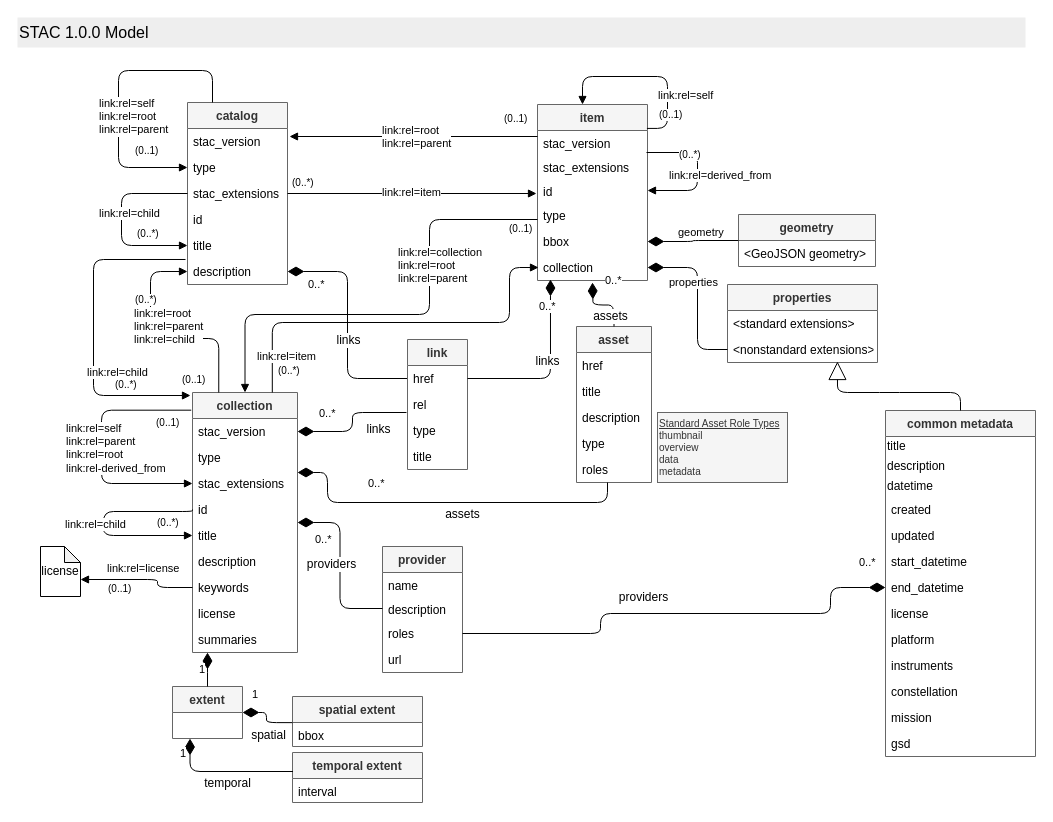
Above: STAC-UML.drawio in radiantearth/stac-spec (draw.io), before the change. Source tidied: cells renumbered, new cells numbered last; positions are measured from the earlier drawing's top-left corner, leaving out a move shared by most shapes. Both pictures are drawn from the tidied source at 100%, with x=0, y=0 at pixel (17, 17).
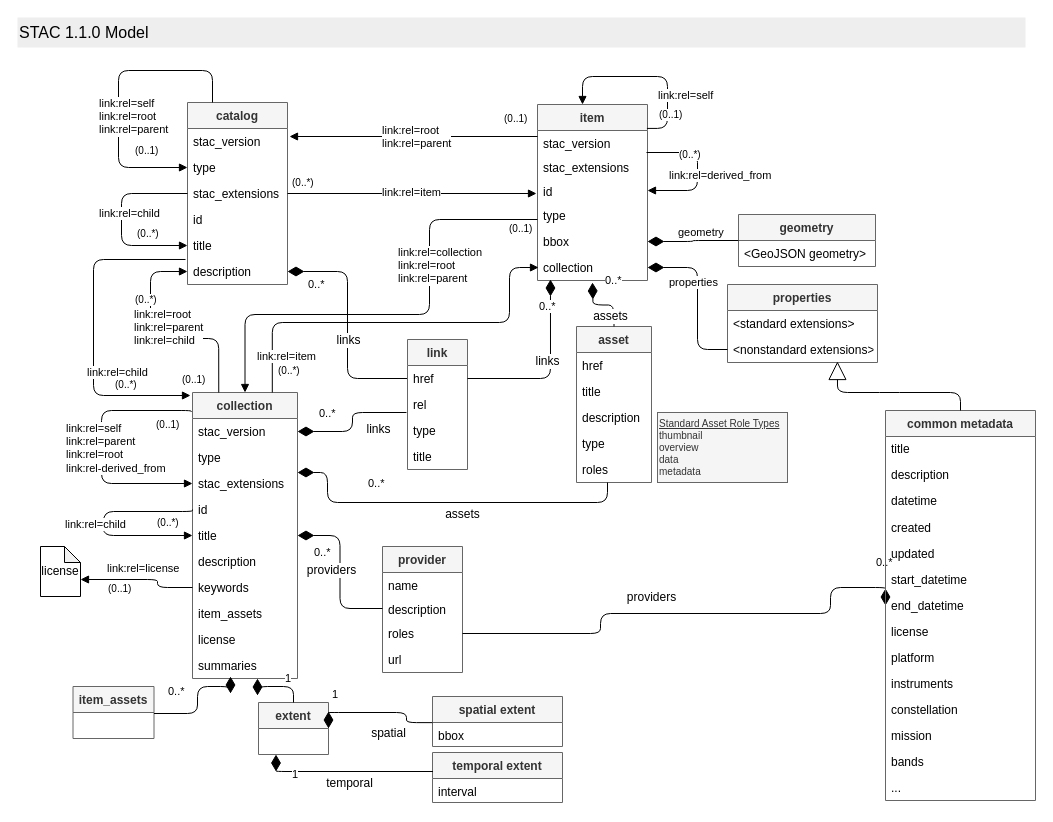
The same page after the edit.

The change refers to these unchanged cells:
```xml
<mxCell id="96" value="bbox" style="text;strokeColor=none;fillColor=none;align=left;verticalAlign=top;spacingLeft=4;spacingRight=4;overflow=hidden;points=[[0,0.5],[1,0.5]];portConstraint=eastwest;" parent="95" vertex="1">
  <mxGeometry y="26" width="130" height="24" as="geometry" />
</mxCell>
```

The edit, as a diff of the source:
```diff
@@
     <mxCell id="26" value="collection" style="swimlane;fontStyle=1;horizontal=1;startSize=26;fillColor=#f5f5f5;strokeColor=#666666;fontColor=#333333;" parent="1" vertex="1">
-      <mxGeometry x="175" y="375" width="105" height="260" as="geometry" />
+      <mxGeometry x="175" y="375" width="105" height="286" as="geometry" />
     </mxCell>
@@
+    <mxCell id="35" value="item_assets" style="text;strokeColor=none;fillColor=none;align=left;verticalAlign=top;spacingLeft=4;spacingRight=4;overflow=hidden;" parent="26" vertex="1">
+      <mxGeometry y="208" width="105" height="26" as="geometry" />
+    </mxCell>
     <mxCell id="34" value="license" style="text;strokeColor=none;fillColor=none;align=left;verticalAlign=top;spacingLeft=4;spacingRight=4;overflow=hidden;" parent="26" vertex="1">
-      <mxGeometry y="208" width="105" height="26" as="geometry" />
+      <mxGeometry y="234" width="105" height="26" as="geometry" />
     </mxCell>
-    <mxCell id="35" value="summaries" style="text;strokeColor=none;fillColor=none;align=left;verticalAlign=top;spacingLeft=4;spacingRight=4;overflow=hidden;" parent="26" vertex="1">
-      <mxGeometry y="234" width="105" height="26" as="geometry" />
-    </mxCell>
@@
+    <mxCell id="118" value="summaries" style="text;strokeColor=none;fillColor=none;align=left;verticalAlign=top;spacingLeft=4;spacingRight=4;overflow=hidden;" parent="26" vertex="1">
+      <mxGeometry y="260" width="105" height="26" as="geometry" />
+    </mxCell>
@@
-    <mxCell id="62" value="STAC 1.0.0 Model" style="rounded=0;whiteSpace=wrap;html=1;fontSize=16;fillColor=#eeeeee;strokeColor=none;fontStyle=0;align=left;" parent="1" vertex="1">
+    <mxCell id="62" value="STAC 1.1.0 Model" style="rounded=0;whiteSpace=wrap;html=1;fontSize=16;fillColor=#eeeeee;strokeColor=none;fontStyle=0;align=left;" parent="1" vertex="1">
       <mxGeometry width="1008" height="30" as="geometry" />
     </mxCell>
@@
     <mxCell id="69" value="extent" style="swimlane;fontStyle=1;horizontal=1;startSize=26;fillColor=#f5f5f5;strokeColor=#666666;fontColor=#333333;" parent="1" vertex="1">
-      <mxGeometry x="155" y="669" width="70" height="52" as="geometry" />
+      <mxGeometry x="241" y="685" width="70" height="52" as="geometry" />
     </mxCell>
-    <mxCell id="70" value="1" style="endArrow=none;html=1;endSize=12;startArrow=diamondThin;startSize=14;startFill=1;edgeStyle=orthogonalEdgeStyle;align=left;verticalAlign=bottom;entryX=0.5;entryY=0;entryDx=0;entryDy=0;endFill=0;" parent="1" edge="1" source="26" target="69">
+    <mxCell id="70" value="1" style="endArrow=none;html=1;endSize=12;startArrow=diamondThin;startSize=14;startFill=1;edgeStyle=orthogonalEdgeStyle;align=left;verticalAlign=bottom;entryX=0.5;entryY=0;entryDx=0;entryDy=0;endFill=0;" parent="1" edge="1" target="69">
       <mxGeometry x="0.51" y="-10" relative="1" as="geometry">
+        <mxPoint x="240" y="661" as="sourcePoint" />
         <Array as="points">
-          <mxPoint x="190" y="645" />
+          <mxPoint x="240" y="669" />
         </Array>
       </mxGeometry>
     </mxCell>
@@
     <mxCell id="80" value="common metadata" style="swimlane;fontStyle=1;horizontal=1;startSize=26;fillColor=#f5f5f5;strokeColor=#666666;fontColor=#333333;spacing=2;" parent="1" vertex="1">
-      <mxGeometry x="868" y="393" width="150" height="346" as="geometry" />
+      <mxGeometry x="868" y="393" width="150" height="390" as="geometry" />
     </mxCell>
-    <mxCell id="81" value="&lt;span&gt;title&lt;/span&gt;" style="text;html=1;align=left;verticalAlign=middle;" parent="80" vertex="1">
-      <mxGeometry y="26" width="150" height="20" as="geometry" />
+    <mxCell id="81" value="&lt;span&gt;title&lt;/span&gt;" style="text;html=1;align=left;verticalAlign=middle;spacingLeft=4;spacingRight=4;" parent="80" vertex="1">
+      <mxGeometry y="26" width="150" height="26" as="geometry" />
     </mxCell>
-    <mxCell id="82" value="&lt;span&gt;description&lt;/span&gt;" style="text;html=1;align=left;verticalAlign=middle;" parent="80" vertex="1">
-      <mxGeometry y="46" width="150" height="20" as="geometry" />
+    <mxCell id="82" value="&lt;span&gt;description&lt;/span&gt;" style="text;html=1;align=left;verticalAlign=middle;spacingLeft=4;spacingRight=4;" parent="80" vertex="1">
+      <mxGeometry y="52" width="150" height="26" as="geometry" />
     </mxCell>
-    <mxCell id="83" value="datetime" style="text;html=1;align=left;verticalAlign=middle;" parent="80" vertex="1">
-      <mxGeometry y="66" width="150" height="20" as="geometry" />
+    <mxCell id="83" value="datetime" style="text;html=1;align=left;verticalAlign=middle;spacingLeft=4;spacingRight=4;" parent="80" vertex="1">
+      <mxGeometry y="78" width="150" height="26" as="geometry" />
     </mxCell>
     <mxCell id="84" value="created" style="text;strokeColor=none;fillColor=none;align=left;verticalAlign=top;spacingLeft=4;spacingRight=4;overflow=hidden;" parent="80" vertex="1">
-      <mxGeometry y="86" width="150" height="26" as="geometry" />
+      <mxGeometry y="104" width="150" height="26" as="geometry" />
     </mxCell>
     <mxCell id="85" value="updated" style="text;strokeColor=none;fillColor=none;align=left;verticalAlign=top;spacingLeft=4;spacingRight=4;overflow=hidden;" parent="80" vertex="1">
-      <mxGeometry y="112" width="150" height="26" as="geometry" />
+      <mxGeometry y="130" width="150" height="26" as="geometry" />
     </mxCell>
     <mxCell id="86" value="start_datetime" style="text;strokeColor=none;fillColor=none;align=left;verticalAlign=top;spacingLeft=4;spacingRight=4;overflow=hidden;" parent="80" vertex="1">
-      <mxGeometry y="138" width="150" height="26" as="geometry" />
+      <mxGeometry y="156" width="150" height="26" as="geometry" />
     </mxCell>
     <mxCell id="87" value="end_datetime" style="text;strokeColor=none;fillColor=none;align=left;verticalAlign=top;spacingLeft=4;spacingRight=4;overflow=hidden;points=[[0,0.5],[1,0.5]];portConstraint=eastwest;spacing=2;" parent="80" vertex="1">
-      <mxGeometry y="164" width="150" height="26" as="geometry" />
+      <mxGeometry y="182" width="150" height="26" as="geometry" />
     </mxCell>
     <mxCell id="88" value="license" style="text;strokeColor=none;fillColor=none;align=left;verticalAlign=top;spacingLeft=4;spacingRight=4;overflow=hidden;" parent="80" vertex="1">
-      <mxGeometry y="190" width="150" height="26" as="geometry" />
+      <mxGeometry y="208" width="150" height="26" as="geometry" />
     </mxCell>
     <mxCell id="89" value="platform" style="text;strokeColor=none;fillColor=none;align=left;verticalAlign=top;spacingLeft=4;spacingRight=4;overflow=hidden;" parent="80" vertex="1">
-      <mxGeometry y="216" width="150" height="26" as="geometry" />
+      <mxGeometry y="234" width="150" height="26" as="geometry" />
     </mxCell>
     <mxCell id="90" value="instruments" style="text;strokeColor=none;fillColor=none;align=left;verticalAlign=top;spacingLeft=4;spacingRight=4;overflow=hidden;" parent="80" vertex="1">
-      <mxGeometry y="242" width="150" height="26" as="geometry" />
+      <mxGeometry y="260" width="150" height="26" as="geometry" />
     </mxCell>
     <mxCell id="91" value="constellation" style="text;strokeColor=none;fillColor=none;align=left;verticalAlign=top;spacingLeft=4;spacingRight=4;overflow=hidden;" parent="80" vertex="1">
-      <mxGeometry y="268" width="150" height="26" as="geometry" />
+      <mxGeometry y="286" width="150" height="26" as="geometry" />
     </mxCell>
     <mxCell id="92" value="mission" style="text;strokeColor=none;fillColor=none;align=left;verticalAlign=top;spacingLeft=4;spacingRight=4;overflow=hidden;" parent="80" vertex="1">
-      <mxGeometry y="294" width="150" height="26" as="geometry" />
+      <mxGeometry y="312" width="150" height="26" as="geometry" />
     </mxCell>
-    <mxCell id="93" value="gsd" style="text;strokeColor=none;fillColor=none;align=left;verticalAlign=top;spacingLeft=4;spacingRight=4;overflow=hidden;" parent="80" vertex="1">
-      <mxGeometry y="320" width="150" height="26" as="geometry" />
+    <mxCell id="93" value="bands" style="text;strokeColor=none;fillColor=none;align=left;verticalAlign=top;spacingLeft=4;spacingRight=4;overflow=hidden;" parent="80" vertex="1">
+      <mxGeometry y="338" width="150" height="26" as="geometry" />
     </mxCell>
+    <mxCell id="119" value="..." style="text;strokeColor=none;fillColor=none;align=left;verticalAlign=top;spacingLeft=4;spacingRight=4;overflow=hidden;" parent="80" vertex="1">
+      <mxGeometry y="364" width="150" height="26" as="geometry" />
+    </mxCell>
@@
     <mxCell id="95" value="spatial extent" style="swimlane;fontStyle=1;horizontal=1;startSize=26;fillColor=#f5f5f5;strokeColor=#666666;fontColor=#333333;" parent="1" vertex="1">
-      <mxGeometry x="275" y="679" width="130" height="50" as="geometry" />
+      <mxGeometry x="415" y="679" width="130" height="50" as="geometry" />
     </mxCell>
@@
     <mxCell id="97" value="temporal extent" style="swimlane;fontStyle=1;horizontal=1;startSize=26;fillColor=#f5f5f5;strokeColor=#666666;fontColor=#333333;" parent="1" vertex="1">
-      <mxGeometry x="275" y="735" width="130" height="50" as="geometry" />
+      <mxGeometry x="415" y="735" width="130" height="50" as="geometry" />
     </mxCell>
@@
     <mxCell id="99" value="1" style="endArrow=none;html=1;endSize=12;startArrow=diamondThin;startSize=14;startFill=1;edgeStyle=orthogonalEdgeStyle;align=left;verticalAlign=bottom;endFill=0;entryX=0;entryY=0.006;entryDx=0;entryDy=0;exitX=1;exitY=0.5;exitDx=0;exitDy=0;entryPerimeter=0;" parent="1" edge="1" source="69" target="96">
       <mxGeometry x="-0.73" y="9" relative="1" as="geometry">
         <Array as="points">
-          <mxPoint x="249" y="695" />
-          <mxPoint x="249" y="705" />
+          <mxPoint x="389" y="695" />
+          <mxPoint x="389" y="705" />
         </Array>
       </mxGeometry>
     </mxCell>
@@
     <mxCell id="101" value="1" style="endArrow=none;html=1;endSize=12;startArrow=diamondThin;startSize=14;startFill=1;edgeStyle=orthogonalEdgeStyle;align=left;verticalAlign=bottom;endFill=0;entryX=0.004;entryY=0.38;entryDx=0;entryDy=0;exitX=0.25;exitY=1;exitDx=0;exitDy=0;entryPerimeter=0;" parent="1" edge="1" source="69" target="97">
       <mxGeometry x="-0.64" y="-12" relative="1" as="geometry">
         <Array as="points">
-          <mxPoint x="172" y="754" />
+          <mxPoint x="259" y="754" />
         </Array>
       </mxGeometry>
     </mxCell>
@@
+    <mxCell id="120" value="item_assets" style="swimlane;fontStyle=1;horizontal=1;startSize=26;fillColor=#f5f5f5;strokeColor=#666666;fontColor=#333333;" parent="1" vertex="1">
+      <mxGeometry x="55.5" y="669" width="81" height="52" as="geometry" />
+    </mxCell>
+    <mxCell id="121" value="0..*" style="endArrow=none;html=1;endSize=12;startArrow=diamondThin;startSize=14;startFill=1;edgeStyle=orthogonalEdgeStyle;align=left;verticalAlign=bottom;endFill=0;entryX=1;entryY=0.5;entryDx=0;entryDy=0;exitX=0.362;exitY=0.885;exitDx=0;exitDy=0;exitPerimeter=0;" parent="1" edge="1">
+      <mxGeometry x="0.78" y="-13" relative="1" as="geometry">
+        <mxPoint x="213" y="659" as="sourcePoint" />
+        <mxPoint x="136.5" y="696" as="targetPoint" />
+        <Array as="points">
+          <mxPoint x="213" y="669" />
+          <mxPoint x="180" y="669" />
+          <mxPoint x="180" y="696" />
+        </Array>
+      </mxGeometry>
+    </mxCell>
```
